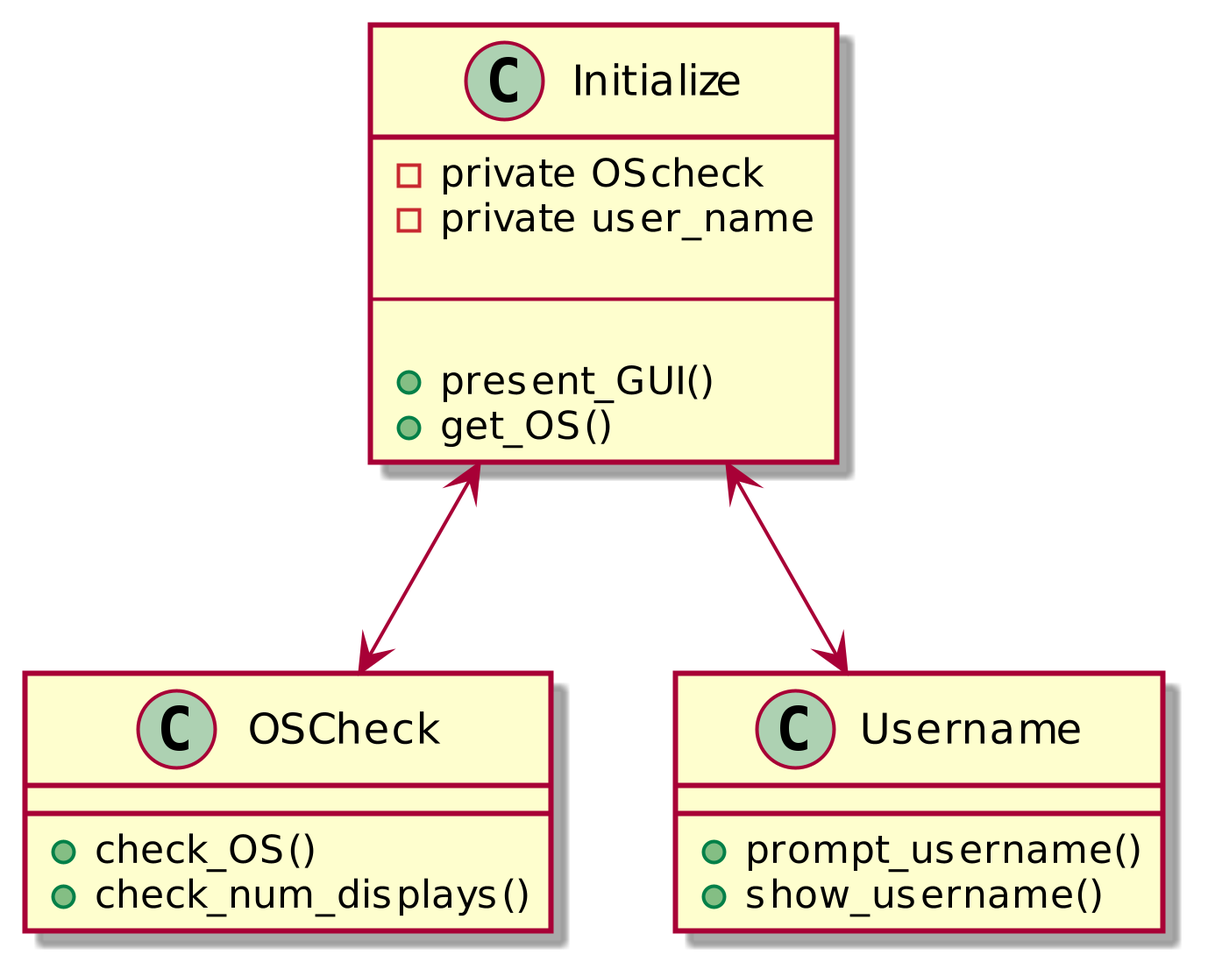
Before: startup_design.png, a diagram exported from PlantUML (djhunter67/Softeare-Engineering-Rubiks-Cube).
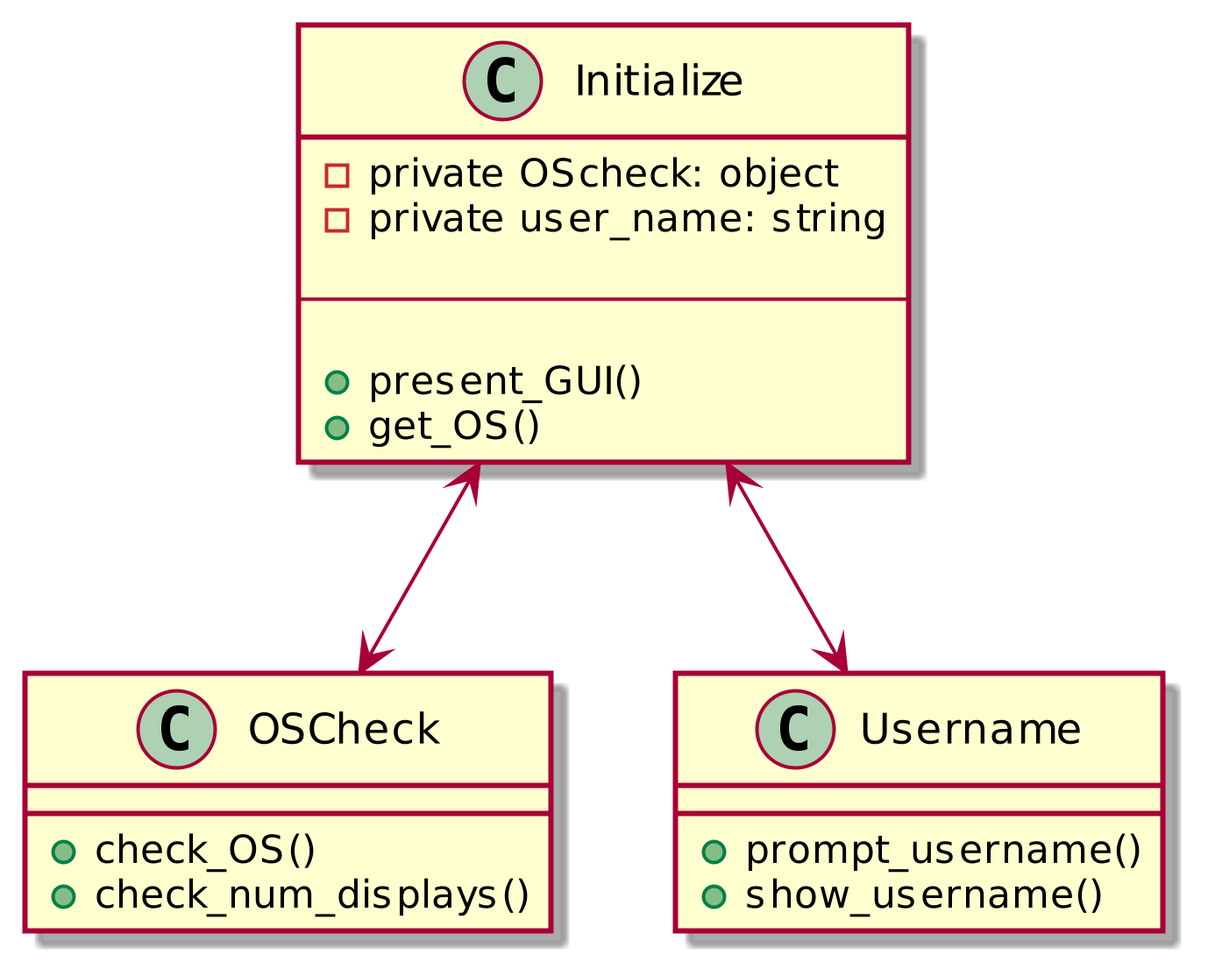
The same file after the commit.

Commit message:
starting the DataBase design

The edit, as a diff of the source:
```diff
@@ -3,8 +3,8 @@
        scale 600
 
  class Initialize {
-    -private OScheck
-    -private user_name
+    -private OScheck: object
+    -private user_name: string
 
     --
 
```
